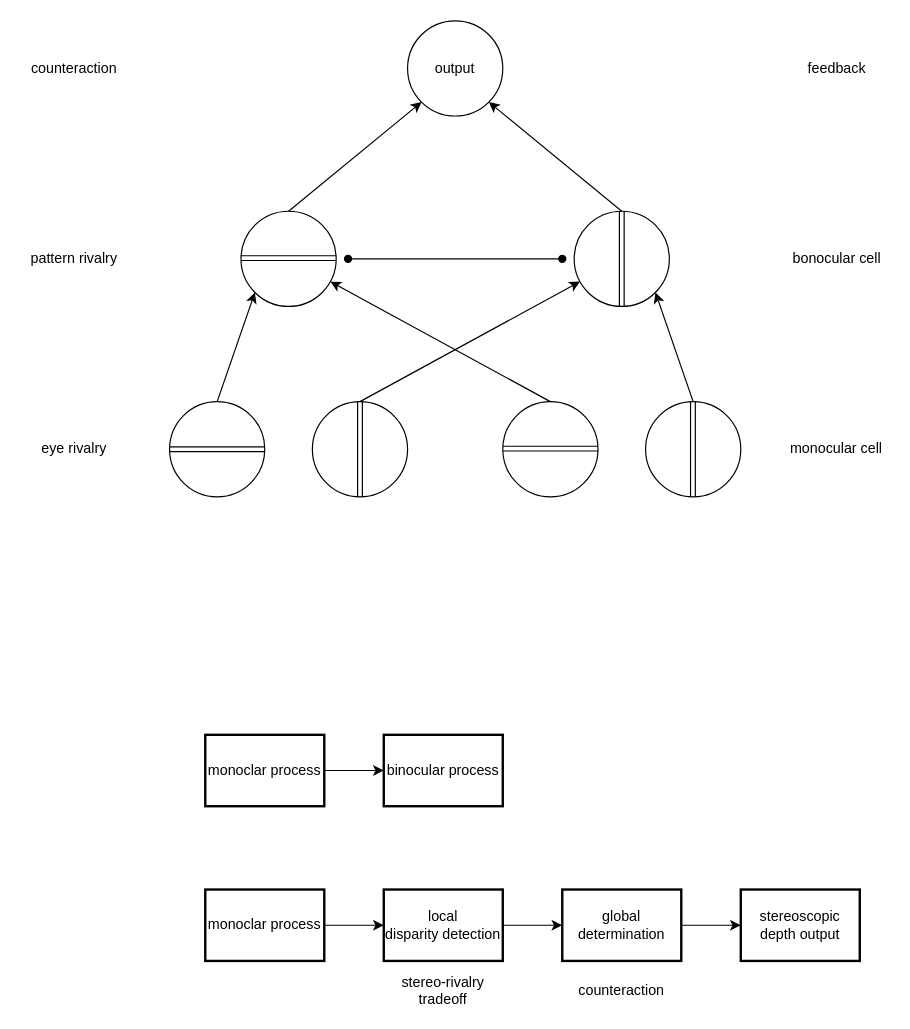
This is visual_process.drawio from senri0304/2022student, a draw.io file, before an edit. Source tidied: cells renumbered, new cells numbered last; positions are measured from the earlier drawing's top-left corner, leaving out a move shared by most shapes. Both pictures are drawn from the tidied source at 119%, with x=0, y=0 at pixel (20, 20).
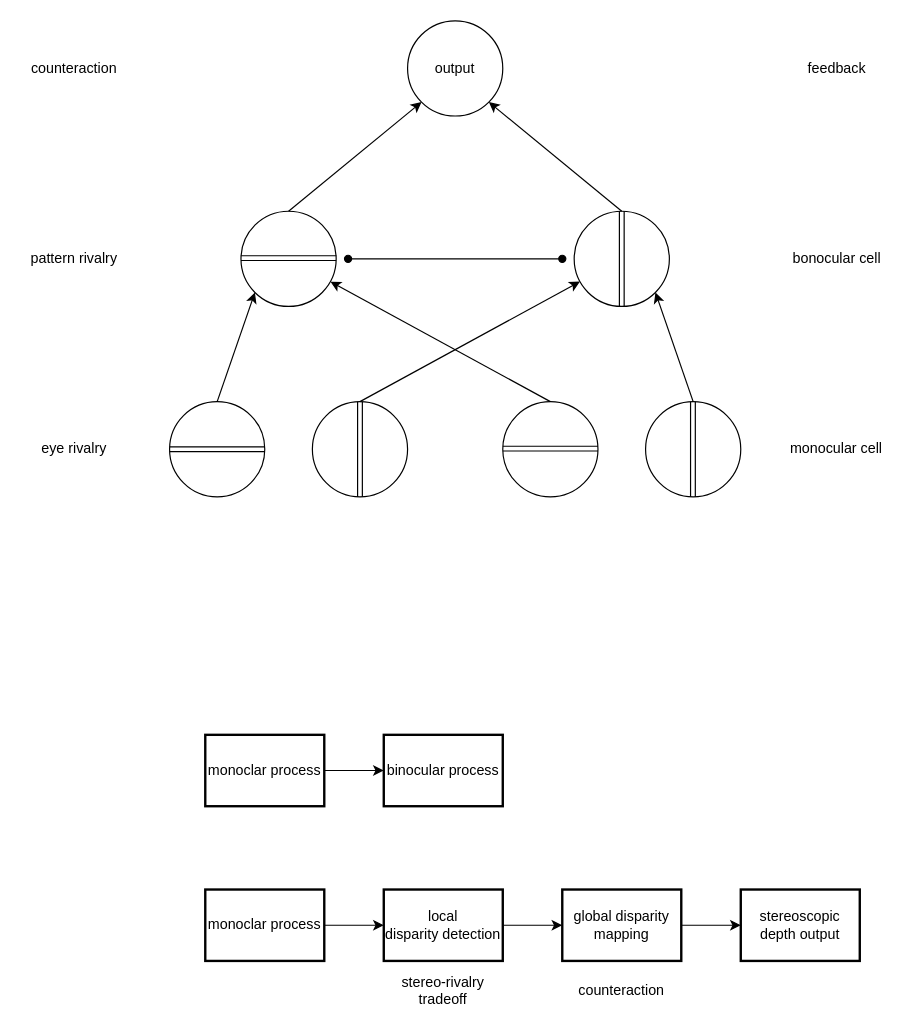
Above is the later version.

Commit message:
visual_process.drawio を更新します

Diff of the diagram source:
```diff
@@
-    <mxCell id="33" value="global determination" style="text;strokeColor=default;align=center;fillColor=default;html=1;verticalAlign=middle;whiteSpace=wrap;rounded=0;strokeWidth=2;" parent="1" vertex="1">
+    <mxCell id="33" value="global disparity mapping" style="text;strokeColor=default;align=center;fillColor=default;html=1;verticalAlign=middle;whiteSpace=wrap;rounded=0;strokeWidth=2;" parent="1" vertex="1">
       <mxGeometry x="455" y="730" width="100" height="60" as="geometry" />
     </mxCell>
```
